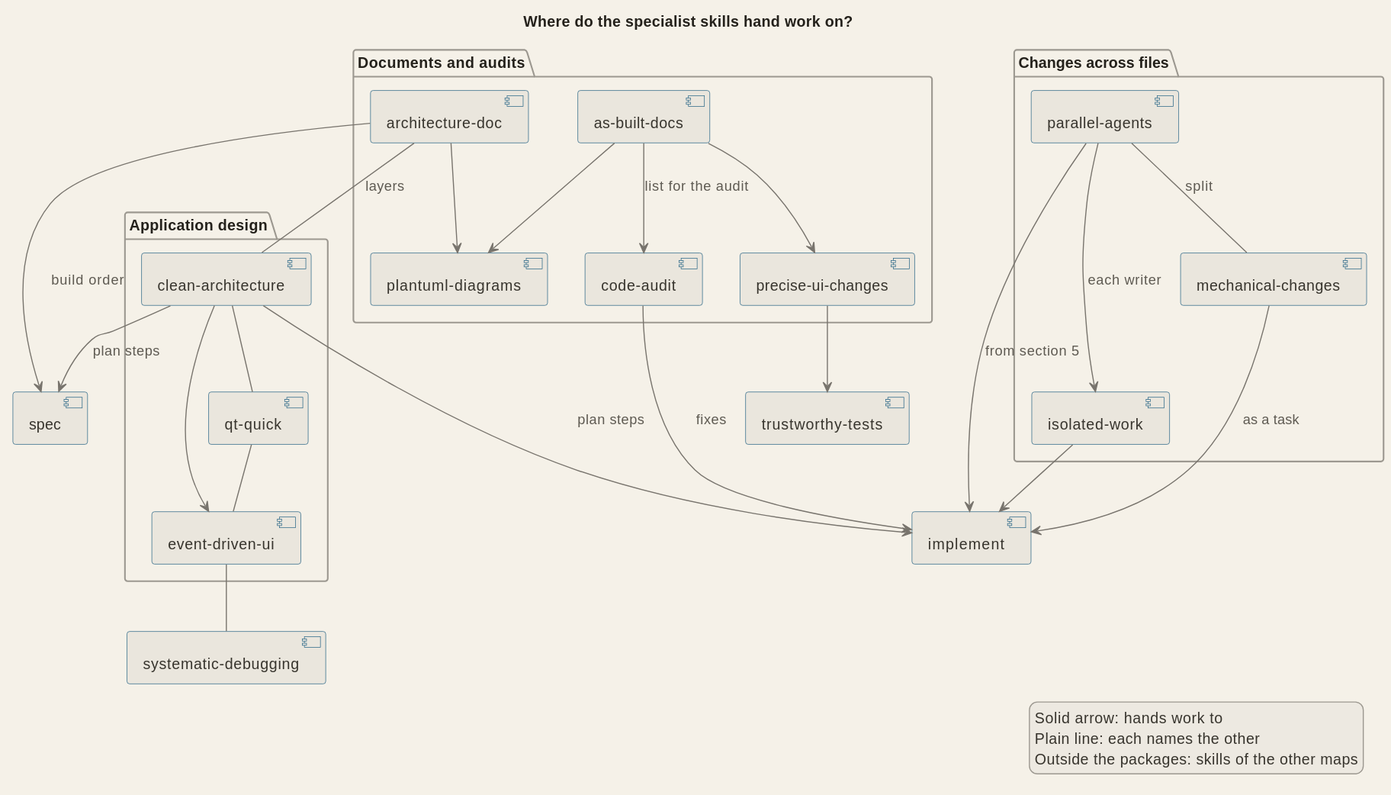
The PlantUML diagram docs/diagrams/arch_skills_specialist.svg in signorenne/dotagents, before a commit.
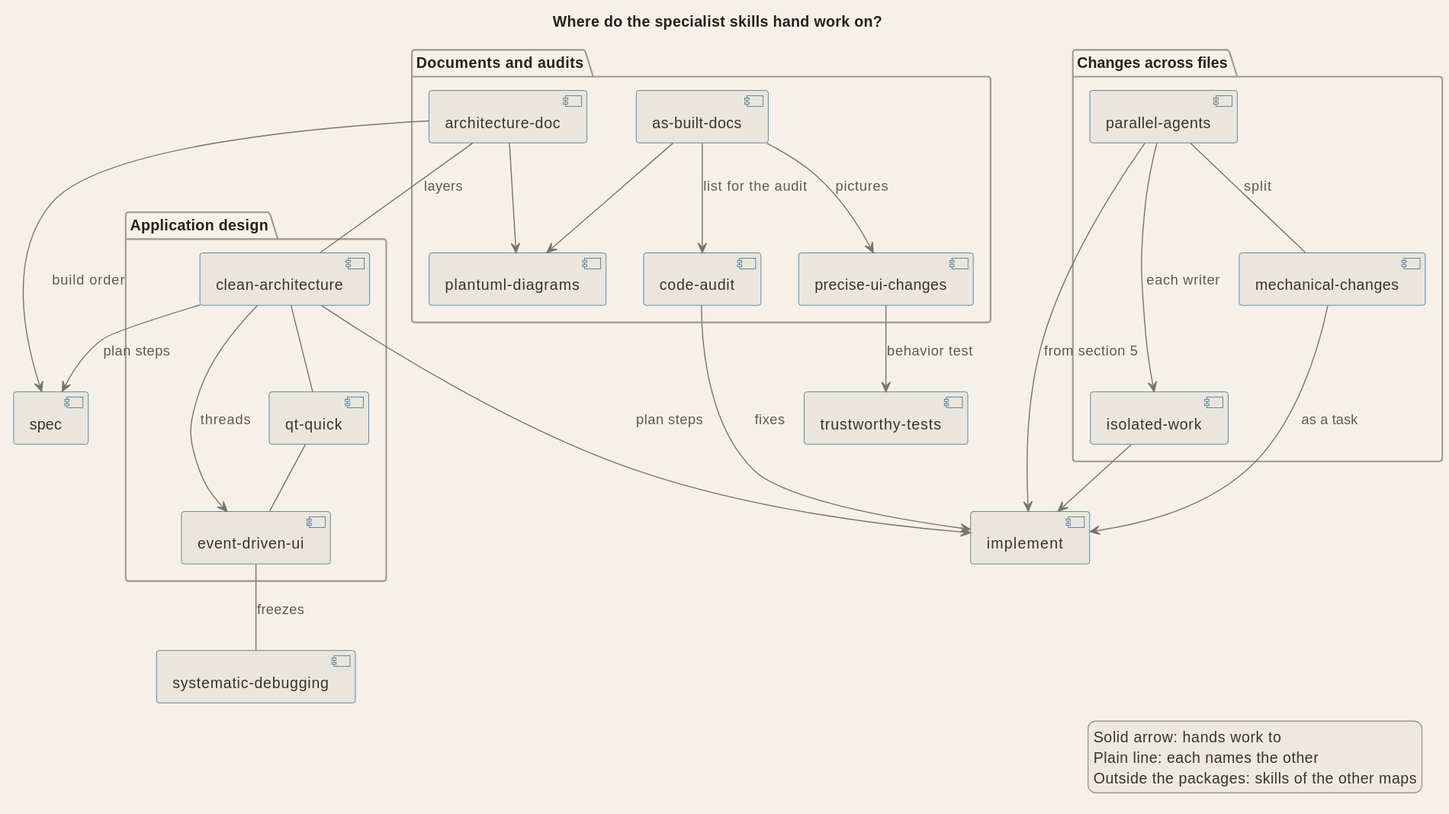
Above is the later version.

Commit message:
docs(diagrams): restore the specialist map labels that the box names do not carry

The edit, as a diff of the source:
```diff
@@ -29,12 +29,12 @@
 
 archdoc --> puml
 asbuilt --> puml
-asbuilt --> preciseui
+asbuilt --> preciseui : pictures
 asbuilt --> audit : list for the audit
 archdoc --> spec : build order
 archdoc -- clean : layers
 audit --> implement : fixes
-preciseui --> tests
+preciseui --> tests : behavior test
 
 parallel -- mech : split
 mech --> implement : as a task
@@ -44,9 +44,9 @@
 mech -[hidden]down- isolated
 
 clean -- qt
-clean --> events
+clean --> events : threads
 qt -- events
-events -- debug
+events -- debug : freezes
 clean --> spec : plan steps
 clean ---> implement : plan steps
 
```
